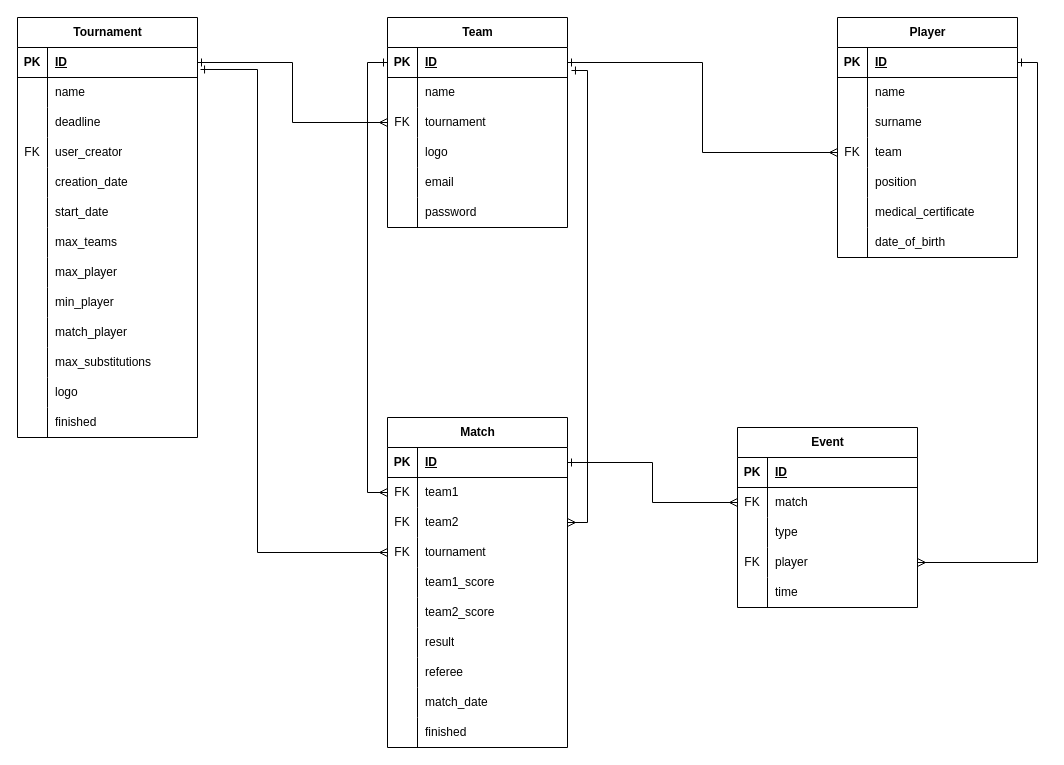
This is docs/diagrams/ER_DRAFT.drawio from popovic01/AwesomeTournament, a draw.io file, before an edit. Source tidied: cells renumbered, new cells numbered last; positions are measured from the earlier drawing's top-left corner, leaving out a move shared by most shapes. Both pictures are drawn from the tidied source at 100%, with x=0, y=0 at pixel (17, 17).
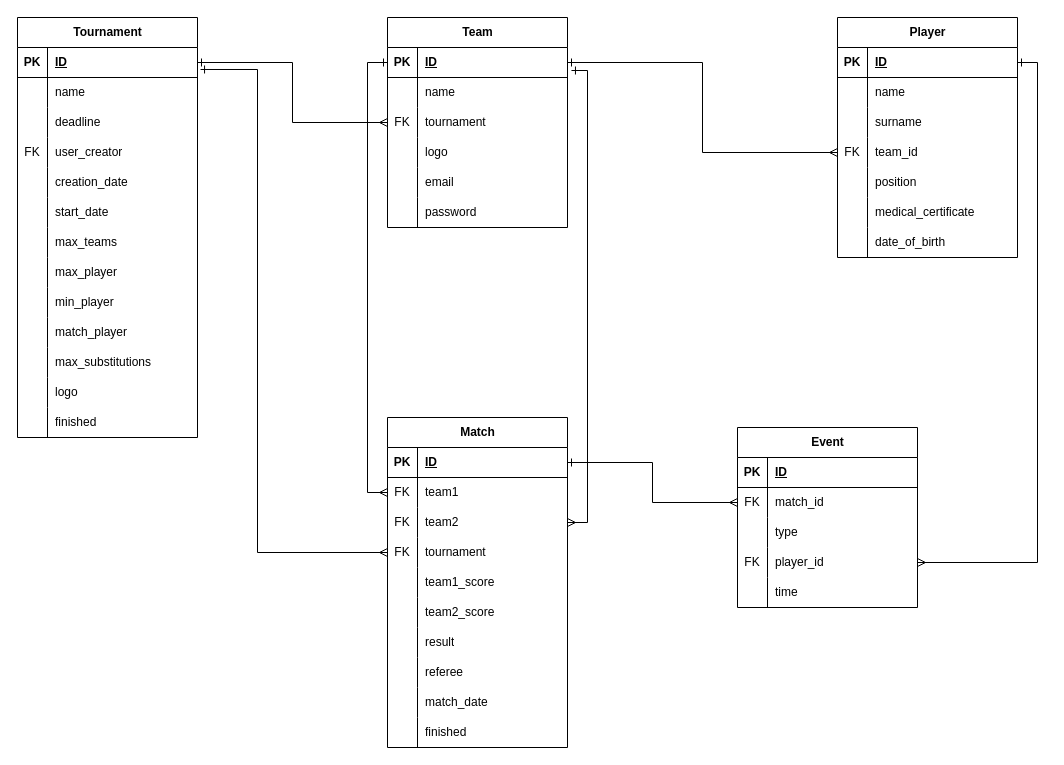
Above is the later version.

Unchanged cells that the change refers to:
```xml
<mxCell id="52" style="shape=tableRow;horizontal=0;startSize=0;swimlaneHead=0;swimlaneBody=0;fillColor=none;points=[[0,0.5],[1,0.5]];portConstraint=eastwest;top=0;left=0;right=0;bottom=0;" parent="42" vertex="1">
  <mxGeometry y="120" width="180" height="30" as="geometry" />
</mxCell>
<mxCell id="123" style="shape=tableRow;horizontal=0;startSize=0;swimlaneHead=0;swimlaneBody=0;fillColor=none;points=[[0,0.5],[1,0.5]];portConstraint=eastwest;top=0;left=0;right=0;bottom=0;" parent="119" vertex="1">
  <mxGeometry y="60" width="180" height="30" as="geometry" />
</mxCell>
<mxCell id="129" style="shape=tableRow;horizontal=0;startSize=0;swimlaneHead=0;swimlaneBody=0;fillColor=none;points=[[0,0.5],[1,0.5]];portConstraint=eastwest;top=0;left=0;right=0;bottom=0;" parent="119" vertex="1">
  <mxGeometry y="120" width="180" height="30" as="geometry" />
</mxCell>
```

Diff of the diagram source:
```diff
@@
-    <mxCell id="54" value="team" style="shape=partialRectangle;fillColor=none;top=0;left=0;bottom=0;right=0;align=left;spacingLeft=6;overflow=hidden;whiteSpace=wrap;html=1;" parent="52" vertex="1">
+    <mxCell id="54" value="team_id" style="shape=partialRectangle;fillColor=none;top=0;left=0;bottom=0;right=0;align=left;spacingLeft=6;overflow=hidden;whiteSpace=wrap;html=1;" parent="52" vertex="1">
       <mxGeometry x="30" width="150" height="30" as="geometry" />
     </mxCell>
@@
-    <mxCell id="125" value="match" style="shape=partialRectangle;fillColor=none;top=0;left=0;bottom=0;right=0;align=left;spacingLeft=6;overflow=hidden;whiteSpace=wrap;html=1;" parent="123" vertex="1">
+    <mxCell id="125" value="match_id" style="shape=partialRectangle;fillColor=none;top=0;left=0;bottom=0;right=0;align=left;spacingLeft=6;overflow=hidden;whiteSpace=wrap;html=1;" parent="123" vertex="1">
       <mxGeometry x="30" width="150" height="30" as="geometry" />
     </mxCell>
@@
-    <mxCell id="131" value="player" style="shape=partialRectangle;fillColor=none;top=0;left=0;bottom=0;right=0;align=left;spacingLeft=6;overflow=hidden;whiteSpace=wrap;html=1;" parent="129" vertex="1">
+    <mxCell id="131" value="player_id" style="shape=partialRectangle;fillColor=none;top=0;left=0;bottom=0;right=0;align=left;spacingLeft=6;overflow=hidden;whiteSpace=wrap;html=1;" parent="129" vertex="1">
       <mxGeometry x="30" width="150" height="30" as="geometry" />
     </mxCell>
```
